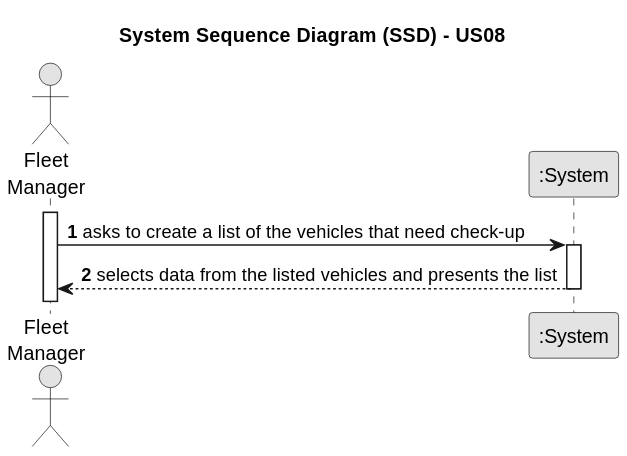
The PlantUML diagram docs/sprintB/us08/01.requirements-engineering/svg/us08-system-sequence-diagram.svg in Paulo-Pereira-at-ISEP/lei-24-s2-1nanb-g321, before a commit.
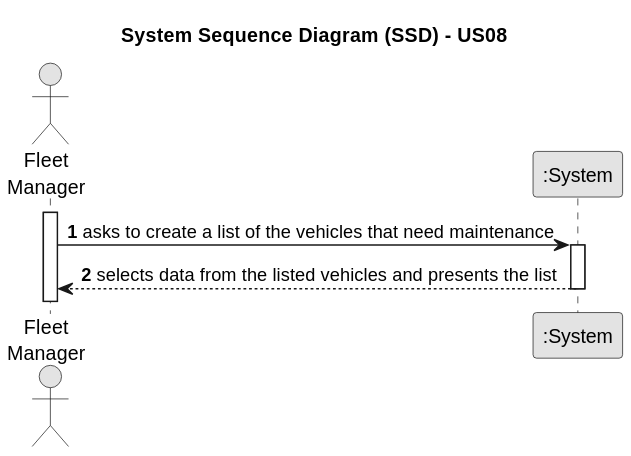
The same diagram one commit later.

Commit message:
LGGPM-47 - US08 SSD update(.puml & .svg)

Diff of the diagram source:
```diff
@@ -12,7 +12,7 @@
 
 activate Employee
 
-    Employee -> System : asks to create a list of the vehicles that need check-up
+    Employee -> System : asks to create a list of the vehicles that need maintenance
     activate System
 
         System --> Employee : selects data from the listed vehicles and presents the list
```
